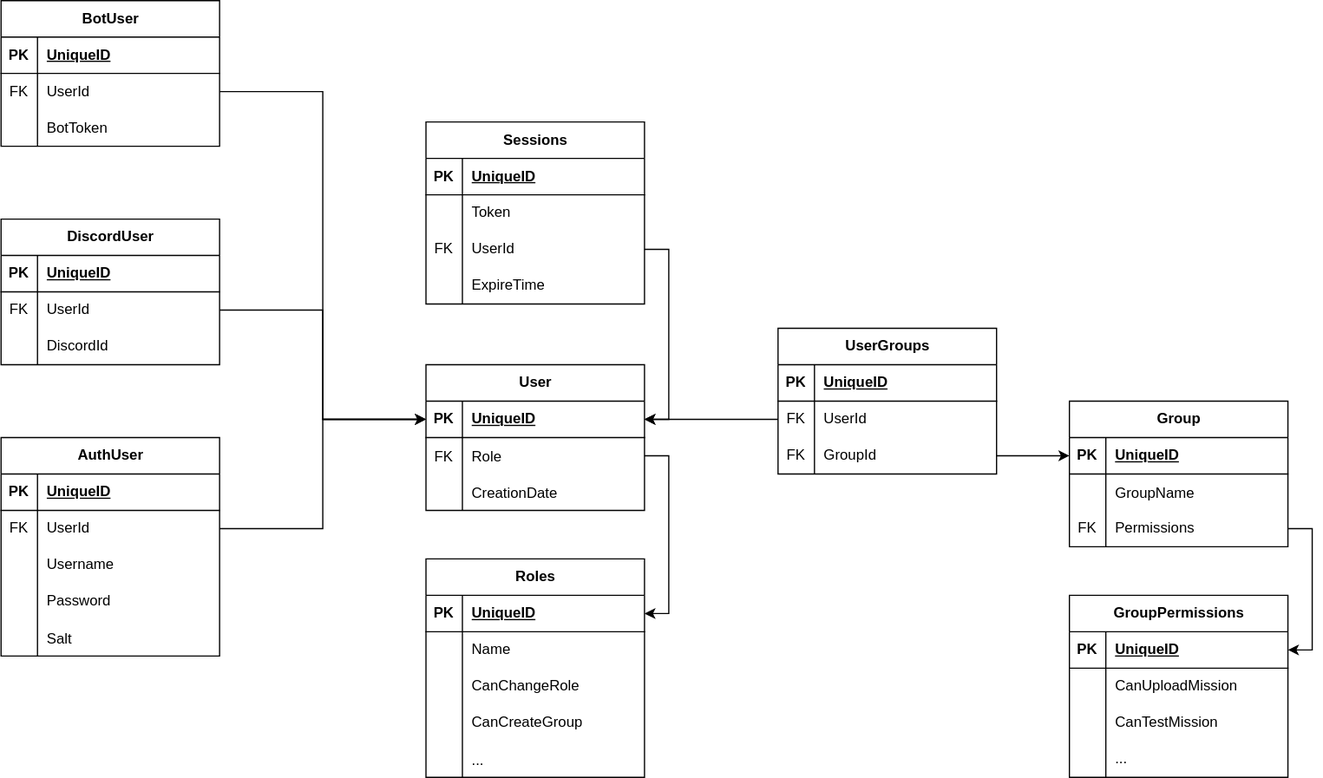
Above: arch/AuthModel.svg in BourbonWarfare/potato_backend (draw.io), before the change. Source tidied: cells renumbered, new cells last; positions are measured from the earlier drawing's top-left corner, leaving out a move shared by most shapes.
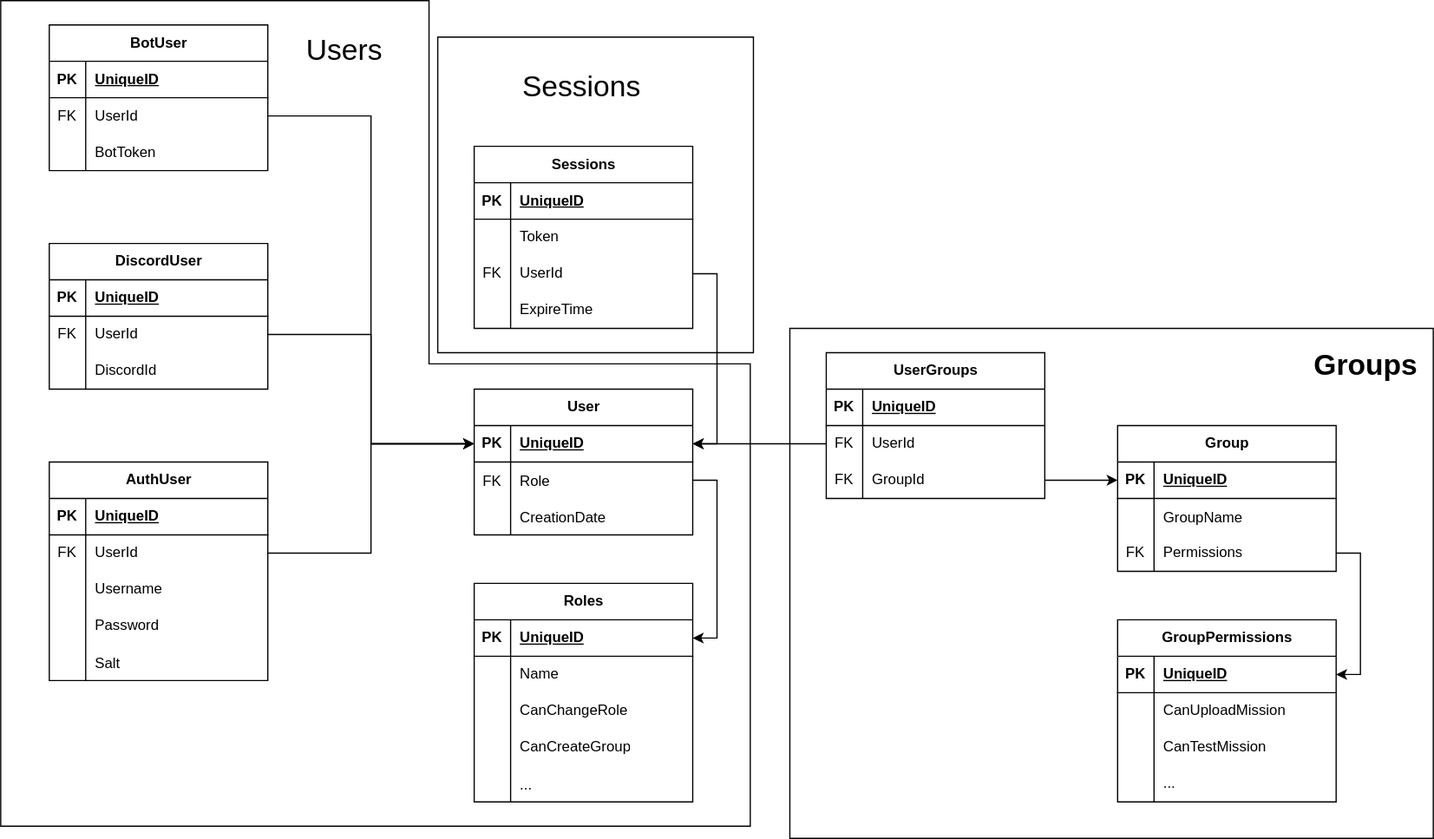
After the change.

Change to the diagram source:
```diff
@@ -350,5 +350,23 @@
     <mxCell id="117" style="edgeStyle=orthogonalEdgeStyle;rounded=0;jettySize=auto;html=1;exitX=1;exitY=0.5;exitDx=0;exitDy=0;entryX=0;entryY=0.5;entryDx=0;entryDy=0;" parent="1" edge="1" source="111" target="3">
       <mxGeometry relative="1" as="geometry" />
     </mxCell>
+    <mxCell id="118" style="verticalLabelPosition=bottom;verticalAlign=top;html=1;shape=mxgraph.basic.rect;fillColor2=none;strokeWidth=1;size=20;indent=5;fillColor=none;strokeColor=light-dark(#000000,#7EA6E0);" parent="1" vertex="1">
+      <mxGeometry x="610" y="250" width="530" height="420" as="geometry" />
+    </mxCell>
+    <mxCell id="119" value="&lt;h1 style=&quot;margin-top: 0px;&quot;&gt;Groups&lt;/h1&gt;" style="text;html=1;whiteSpace=wrap;overflow=hidden;rounded=0;" parent="1" vertex="1">
+      <mxGeometry x="1040" y="260" width="90" height="50" as="geometry" />
+    </mxCell>
+    <mxCell id="120" style="verticalLabelPosition=bottom;verticalAlign=top;html=1;shape=mxgraph.basic.rect;fillColor2=none;strokeWidth=1;size=20;indent=5;fillColor=none;strokeColor=light-dark(#000000,#7EA6E0);" parent="1" vertex="1">
+      <mxGeometry x="320" y="10" width="260" height="260" as="geometry" />
+    </mxCell>
+    <mxCell id="121" value="&lt;font style=&quot;font-size: 24px;&quot;&gt;Sessions&lt;/font&gt;" style="text;html=1;whiteSpace=wrap;overflow=hidden;rounded=0;" parent="1" vertex="1">
+      <mxGeometry x="387.5" y="30" width="105" height="50" as="geometry" />
+    </mxCell>
+    <mxCell id="122" style="verticalLabelPosition=bottom;verticalAlign=top;html=1;shape=mxgraph.basic.polygon;polyCoords=[[0.56,0],[0.56,0.44],[0.98,0.44],[0.98,1],[0,1],[0,0.87],[0,0.75],[0,0]];polyline=0;fillColor=none;strokeColor=light-dark(#000000,#7EA6E0);" parent="1" vertex="1">
+      <mxGeometry x="-40" y="-20" width="630" height="680" as="geometry" />
+    </mxCell>
+    <mxCell id="123" value="&lt;font style=&quot;font-size: 24px;&quot;&gt;Users&lt;/font&gt;" style="text;html=1;whiteSpace=wrap;overflow=hidden;rounded=0;" parent="1" vertex="1">
+      <mxGeometry x="210" width="70" height="50" as="geometry" />
+    </mxCell>
   </root>
 </mxGraphModel>
```
